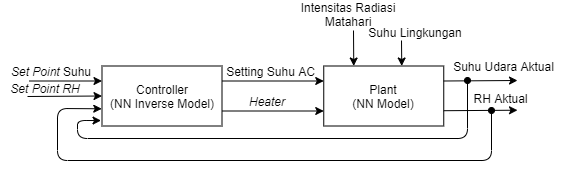
Before: Latex/figures/DiagramBlokFungsionalSistem.png, a diagram exported from draw.io (ridhanf/Penulisan-Skripsi). Source tidied: cells renumbered, new cells last; positions are measured from the earlier drawing's top-left corner, leaving out a move shared by most shapes. Its diagram source:
```xml
<mxGraphModel>
  <root>
    <mxCell id="0" />
    <mxCell id="1" parent="0" />
    <mxCell id="2" value="Controller&lt;br&gt;(NN Inverse Model)" style="rounded=0;whiteSpace=wrap;html=1;" parent="1" vertex="1">
      <mxGeometry x="101.5" y="61.5" width="120" height="60" as="geometry" />
    </mxCell>
    <mxCell id="3" value="Plant&lt;br&gt;(NN Model)" style="rounded=0;whiteSpace=wrap;html=1;" parent="1" vertex="1">
      <mxGeometry x="323.2" y="61.5" width="120" height="60" as="geometry" />
    </mxCell>
    <mxCell id="4" style="endArrow=classic;html=1;entryX=-0.008;entryY=0.909;entryDx=0;entryDy=0;startArrow=oval;startFill=1;entryPerimeter=0;" parent="1" edge="1" target="2">
      <mxGeometry relative="1" as="geometry">
        <mxPoint x="467" y="76" as="sourcePoint" />
        <Array as="points">
          <mxPoint x="467" y="134" />
          <mxPoint x="77" y="134" />
          <mxPoint x="77" y="116" />
        </Array>
      </mxGeometry>
    </mxCell>
    <mxCell id="5" style="group;" parent="1" vertex="1">
      <mxGeometry x="28.5" y="76.5" width="33" height="30" as="geometry" />
    </mxCell>
    <mxCell id="6" value="Intensitas Radiasi Matahari" style="text;html=1;strokeColor=none;fillColor=none;align=center;verticalAlign=middle;whiteSpace=wrap;rounded=0;" parent="1" vertex="1">
      <mxGeometry x="298.2" y="-0.5" width="100" height="20" as="geometry" />
    </mxCell>
    <mxCell id="7" value="&lt;i&gt;Set Point &lt;/i&gt;Suhu" style="text;html=1;strokeColor=none;fillColor=none;align=center;verticalAlign=middle;whiteSpace=wrap;rounded=0;" parent="1" vertex="1">
      <mxGeometry x="6" y="56.5" width="90" height="20" as="geometry" />
    </mxCell>
    <mxCell id="8" style="endArrow=classic;html=1;exitX=1;exitY=0.25;exitDx=0;exitDy=0;" parent="1" edge="1" source="3">
      <mxGeometry relative="1" as="geometry">
        <mxPoint x="517" y="76" as="targetPoint" />
      </mxGeometry>
    </mxCell>
    <mxCell id="9" style="endArrow=classic;html=1;entryX=0;entryY=0.5;entryDx=0;entryDy=0;" parent="1" edge="1" target="2">
      <mxGeometry relative="1" as="geometry">
        <mxPoint x="27" y="92" as="sourcePoint" />
      </mxGeometry>
    </mxCell>
    <mxCell id="10" style="endArrow=classic;html=1;entryX=0.25;entryY=0;entryDx=0;entryDy=0;" parent="1" edge="1" target="3">
      <mxGeometry relative="1" as="geometry">
        <mxPoint x="353" y="26" as="sourcePoint" />
      </mxGeometry>
    </mxCell>
    <mxCell id="11" style="endArrow=classic;html=1;entryX=0.25;entryY=0;entryDx=0;entryDy=0;" parent="1" edge="1">
      <mxGeometry relative="1" as="geometry">
        <mxPoint x="401" y="36" as="sourcePoint" />
        <mxPoint x="401.2" y="61.5" as="targetPoint" />
      </mxGeometry>
    </mxCell>
    <mxCell id="12" value="Suhu Lingkungan" style="text;html=1;strokeColor=none;fillColor=none;align=center;verticalAlign=middle;whiteSpace=wrap;rounded=0;" parent="1" vertex="1">
      <mxGeometry x="364.6" y="18" width="100" height="20" as="geometry" />
    </mxCell>
    <mxCell id="13" style="endArrow=classic;html=1;exitX=1;exitY=0.25;exitDx=0;exitDy=0;" parent="1" edge="1">
      <mxGeometry relative="1" as="geometry">
        <mxPoint x="443.2" y="106.2" as="sourcePoint" />
        <mxPoint x="517" y="105.7" as="targetPoint" />
      </mxGeometry>
    </mxCell>
    <mxCell id="14" value="Suhu Udara Aktual" style="text;html=1;align=center;verticalAlign=middle;" parent="1" vertex="1">
      <mxGeometry x="443.2" y="51.5" width="120" height="20" as="geometry" />
    </mxCell>
    <mxCell id="15" value="RH Aktual" style="text;html=1;align=center;verticalAlign=middle;" parent="1" vertex="1">
      <mxGeometry x="464.6" y="83.5" width="70" height="20" as="geometry" />
    </mxCell>
    <mxCell id="16" style="endArrow=classic;html=1;startArrow=oval;startFill=1;entryX=-0.002;entryY=0.713;entryDx=0;entryDy=0;entryPerimeter=0;" parent="1" edge="1" target="2">
      <mxGeometry relative="1" as="geometry">
        <mxPoint x="491" y="106" as="sourcePoint" />
        <Array as="points">
          <mxPoint x="491" y="156" />
          <mxPoint x="57" y="156" />
          <mxPoint x="57" y="104" />
        </Array>
      </mxGeometry>
    </mxCell>
    <mxCell id="17" style="endArrow=classic;html=1;exitX=1;exitY=0.25;exitDx=0;exitDy=0;entryX=0;entryY=0.25;entryDx=0;entryDy=0;" parent="1" edge="1" source="2" target="3">
      <mxGeometry relative="1" as="geometry" />
    </mxCell>
    <mxCell id="18" style="endArrow=classic;html=1;exitX=1;exitY=0.75;exitDx=0;exitDy=0;entryX=0;entryY=0.75;entryDx=0;entryDy=0;" parent="1" edge="1" source="2" target="3">
      <mxGeometry relative="1" as="geometry" />
    </mxCell>
    <mxCell id="19" value="&lt;i&gt;Set Point RH&lt;/i&gt;" style="text;html=1;strokeColor=none;fillColor=none;align=center;verticalAlign=middle;whiteSpace=wrap;rounded=0;" parent="1" vertex="1">
      <mxGeometry y="73.5" width="90" height="20" as="geometry" />
    </mxCell>
    <mxCell id="20" style="endArrow=classic;html=1;entryX=0;entryY=0.25;entryDx=0;entryDy=0;" parent="1" edge="1" target="2">
      <mxGeometry relative="1" as="geometry">
        <mxPoint x="28.5" y="76.5" as="sourcePoint" />
      </mxGeometry>
    </mxCell>
    <mxCell id="21" value="Setting Suhu AC" style="text;html=1;strokeColor=none;fillColor=none;align=center;verticalAlign=middle;whiteSpace=wrap;rounded=0;" parent="1" vertex="1">
      <mxGeometry x="221.5" y="56.5" width="99.4" height="20" as="geometry" />
    </mxCell>
    <mxCell id="22" value="&lt;i&gt;Heater&lt;/i&gt;" style="text;html=1;strokeColor=none;fillColor=none;align=center;verticalAlign=middle;whiteSpace=wrap;rounded=0;" parent="1" vertex="1">
      <mxGeometry x="221.5" y="86.5" width="90" height="20" as="geometry" />
    </mxCell>
  </root>
</mxGraphModel>
```
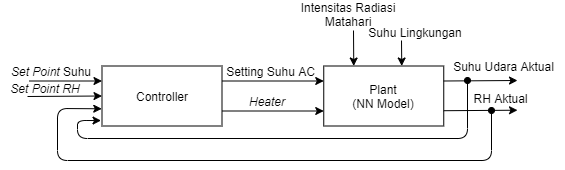
The same file after the commit.

Diff of the diagram source:
```diff
@@ -2,7 +2,7 @@
   <root>
     <mxCell id="0" />
     <mxCell id="1" parent="0" />
-    <mxCell id="2" value="Controller&lt;br&gt;(NN Inverse Model)" style="rounded=0;whiteSpace=wrap;html=1;" parent="1" vertex="1">
+    <mxCell id="2" value="Controller" style="rounded=0;whiteSpace=wrap;html=1;" parent="1" vertex="1">
       <mxGeometry x="101.5" y="61.5" width="120" height="60" as="geometry" />
     </mxCell>
     <mxCell id="3" value="Plant&lt;br&gt;(NN Model)" style="rounded=0;whiteSpace=wrap;html=1;" parent="1" vertex="1">
```
